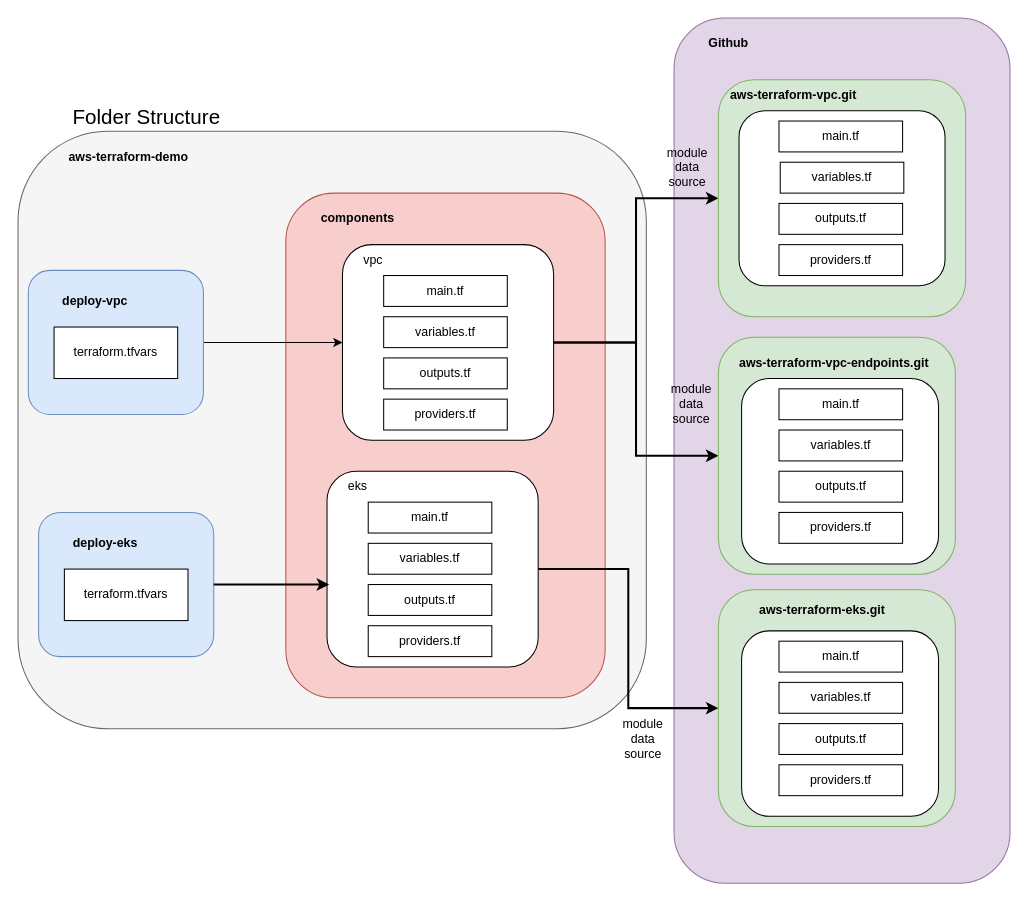
The draw.io diagram diagrams/folder_structure.drawio in HanYangZhao/aws-terraform-demo, before the edit. Source tidied: cells renumbered, new cells numbered last; positions are measured from the earlier drawing's top-left corner, leaving out a move shared by most shapes. Both pictures are drawn from the tidied source at 103%, with x=0, y=0 at pixel (18, 18).
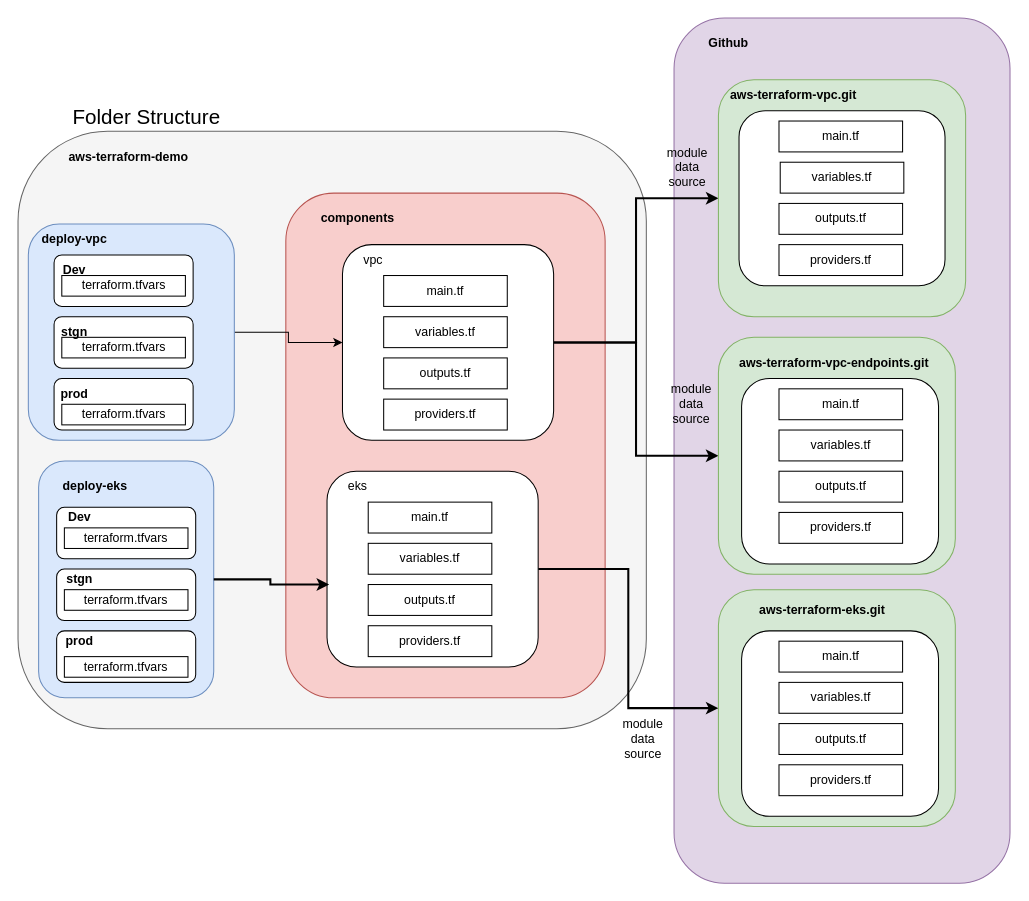
The same page after the edit.

The edit, as a diff of the source:
```diff
@@
     <mxCell id="7" style="rounded=1;whiteSpace=wrap;html=1;fillColor=#dae8fc;strokeColor=#6c8ebf;" parent="1" vertex="1">
-      <mxGeometry x="10" y="245" width="170" height="140" as="geometry" />
+      <mxGeometry x="10" y="200" width="200" height="210" as="geometry" />
     </mxCell>
@@
     <mxCell id="11" value="&lt;b&gt;deploy-vpc&lt;/b&gt;" style="text;html=1;strokeColor=none;fillColor=none;align=center;verticalAlign=middle;whiteSpace=wrap;rounded=0;" parent="1" vertex="1">
-      <mxGeometry x="30" y="260" width="90" height="30" as="geometry" />
+      <mxGeometry x="10" y="200" width="90" height="30" as="geometry" />
     </mxCell>
-    <mxCell id="12" value="&lt;div&gt;terraform.tfvars&lt;/div&gt;" style="rounded=0;whiteSpace=wrap;html=1;" parent="1" vertex="1">
-      <mxGeometry x="35" y="300" width="120" height="50" as="geometry" />
-    </mxCell>
@@
     <mxCell id="37" style="rounded=1;whiteSpace=wrap;html=1;fillColor=#dae8fc;strokeColor=#6c8ebf;" parent="1" vertex="1">
-      <mxGeometry x="20" y="480" width="170" height="140" as="geometry" />
+      <mxGeometry x="20" y="430" width="170" height="230" as="geometry" />
     </mxCell>
     <mxCell id="38" value="&lt;b&gt;deploy-eks&lt;/b&gt;" style="text;html=1;strokeColor=none;fillColor=none;align=center;verticalAlign=middle;whiteSpace=wrap;rounded=0;" parent="1" vertex="1">
-      <mxGeometry x="40" y="495" width="90" height="30" as="geometry" />
+      <mxGeometry x="30" y="440" width="90" height="30" as="geometry" />
     </mxCell>
-    <mxCell id="39" value="&lt;div&gt;terraform.tfvars&lt;/div&gt;" style="rounded=0;whiteSpace=wrap;html=1;" parent="1" vertex="1">
-      <mxGeometry x="45" y="535" width="120" height="50" as="geometry" />
-    </mxCell>
@@
+    <mxCell id="58" style="rounded=1;whiteSpace=wrap;html=1;" parent="1" vertex="1">
+      <mxGeometry x="35" y="230" width="135" height="50" as="geometry" />
+    </mxCell>
@@
+    <mxCell id="59" style="rounded=1;whiteSpace=wrap;html=1;" parent="1" vertex="1">
+      <mxGeometry x="35" y="290" width="135" height="50" as="geometry" />
+    </mxCell>
+    <mxCell id="60" style="rounded=1;whiteSpace=wrap;html=1;" parent="1" vertex="1">
+      <mxGeometry x="35" y="350" width="135" height="50" as="geometry" />
+    </mxCell>
+    <mxCell id="12" value="&lt;div&gt;terraform.tfvars&lt;/div&gt;" style="rounded=0;whiteSpace=wrap;html=1;" parent="1" vertex="1">
+      <mxGeometry x="42.5" y="250" width="120" height="20" as="geometry" />
+    </mxCell>
+    <mxCell id="61" value="&lt;div&gt;terraform.tfvars&lt;/div&gt;" style="rounded=0;whiteSpace=wrap;html=1;" parent="1" vertex="1">
+      <mxGeometry x="42.5" y="310" width="120" height="20" as="geometry" />
+    </mxCell>
+    <mxCell id="62" value="&lt;div&gt;terraform.tfvars&lt;/div&gt;" style="rounded=0;whiteSpace=wrap;html=1;" parent="1" vertex="1">
+      <mxGeometry x="42.5" y="375" width="120" height="20" as="geometry" />
+    </mxCell>
+    <mxCell id="63" value="&lt;b&gt;Dev&lt;/b&gt;" style="text;html=1;strokeColor=none;fillColor=none;align=center;verticalAlign=middle;whiteSpace=wrap;rounded=0;" parent="1" vertex="1">
+      <mxGeometry x="25" y="230" width="60" height="30" as="geometry" />
+    </mxCell>
+    <mxCell id="64" value="&lt;b&gt;stgn&lt;/b&gt;" style="text;html=1;strokeColor=none;fillColor=none;align=center;verticalAlign=middle;whiteSpace=wrap;rounded=0;" parent="1" vertex="1">
+      <mxGeometry x="25" y="290" width="60" height="30" as="geometry" />
+    </mxCell>
+    <mxCell id="65" value="&lt;b&gt;prod&lt;/b&gt;" style="text;html=1;strokeColor=none;fillColor=none;align=center;verticalAlign=middle;whiteSpace=wrap;rounded=0;" parent="1" vertex="1">
+      <mxGeometry x="25" y="350" width="60" height="30" as="geometry" />
+    </mxCell>
+    <mxCell id="66" style="rounded=1;whiteSpace=wrap;html=1;" parent="1" vertex="1">
+      <mxGeometry x="37.5" y="475" width="135" height="50" as="geometry" />
+    </mxCell>
+    <mxCell id="67" style="rounded=1;whiteSpace=wrap;html=1;" parent="1" vertex="1">
+      <mxGeometry x="37.5" y="535" width="135" height="50" as="geometry" />
+    </mxCell>
+    <mxCell id="68" style="rounded=1;whiteSpace=wrap;html=1;" parent="1" vertex="1">
+      <mxGeometry x="37.5" y="595" width="135" height="50" as="geometry" />
+    </mxCell>
+    <mxCell id="69" value="&lt;div&gt;terraform.tfvars&lt;/div&gt;" style="rounded=0;whiteSpace=wrap;html=1;" parent="1" vertex="1">
+      <mxGeometry x="45" y="495" width="120" height="20" as="geometry" />
+    </mxCell>
+    <mxCell id="70" value="&lt;div&gt;terraform.tfvars&lt;/div&gt;" style="rounded=0;whiteSpace=wrap;html=1;" parent="1" vertex="1">
+      <mxGeometry x="45" y="555" width="120" height="20" as="geometry" />
+    </mxCell>
+    <mxCell id="71" value="&lt;div&gt;terraform.tfvars&lt;/div&gt;" style="rounded=0;whiteSpace=wrap;html=1;" parent="1" vertex="1">
+      <mxGeometry x="45" y="620" width="120" height="20" as="geometry" />
+    </mxCell>
+    <mxCell id="72" value="&lt;b&gt;Dev&lt;/b&gt;" style="text;html=1;strokeColor=none;fillColor=none;align=center;verticalAlign=middle;whiteSpace=wrap;rounded=0;" parent="1" vertex="1">
+      <mxGeometry x="30" y="470" width="60" height="30" as="geometry" />
+    </mxCell>
+    <mxCell id="73" value="&lt;b&gt;stgn&lt;/b&gt;" style="text;html=1;strokeColor=none;fillColor=none;align=center;verticalAlign=middle;whiteSpace=wrap;rounded=0;" parent="1" vertex="1">
+      <mxGeometry x="30" y="530" width="60" height="30" as="geometry" />
+    </mxCell>
+    <mxCell id="74" value="&lt;b&gt;prod&lt;/b&gt;" style="text;html=1;strokeColor=none;fillColor=none;align=center;verticalAlign=middle;whiteSpace=wrap;rounded=0;" parent="1" vertex="1">
+      <mxGeometry x="30" y="590" width="60" height="30" as="geometry" />
+    </mxCell>
```
